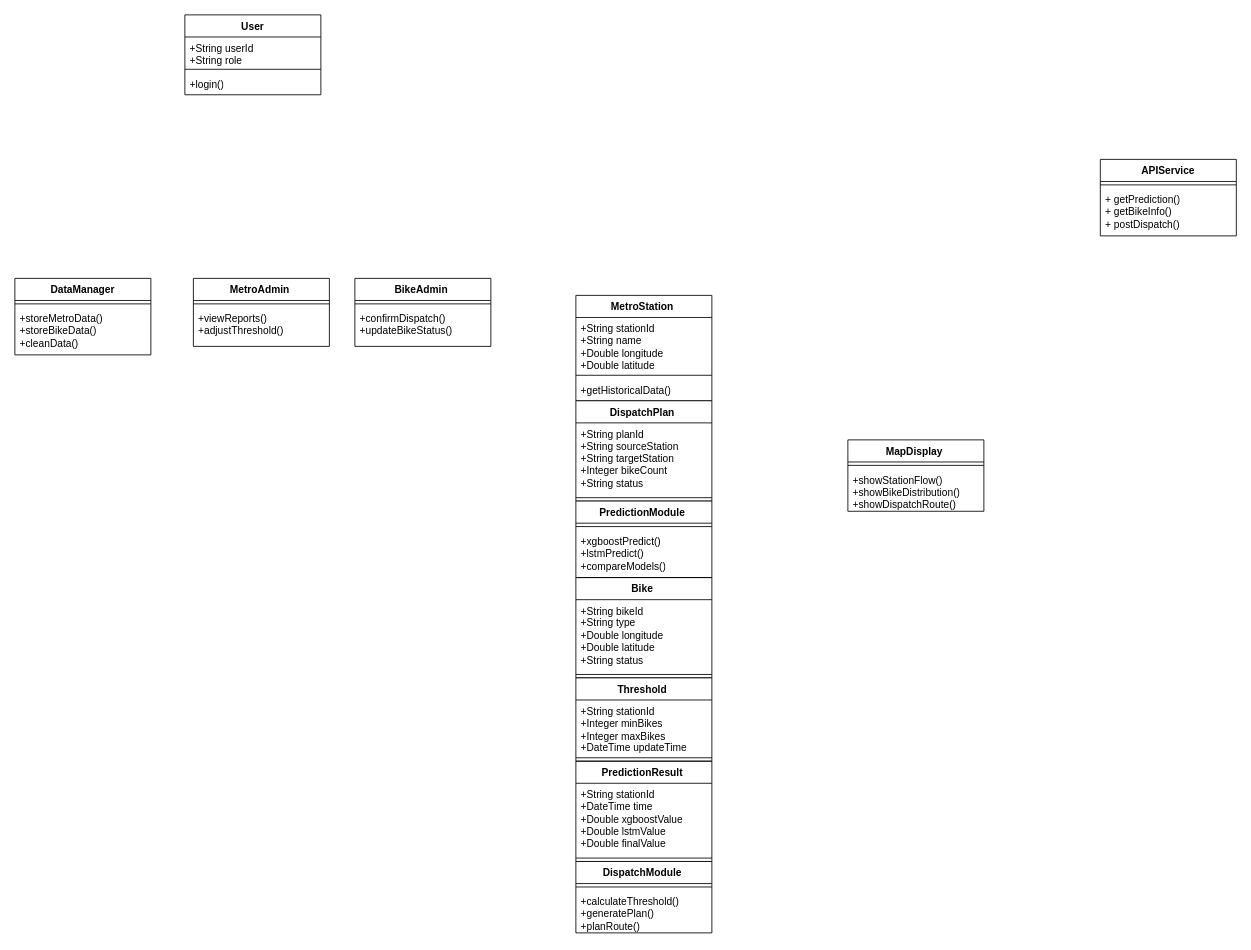
The draw.io diagram pic/01.drawio in YDUTSEVOLDN/Subway, before the edit. Source tidied: cells renumbered, new cells numbered last; positions are measured from the earlier drawing's top-left corner, leaving out a move shared by most shapes. Both pictures are drawn from the tidied source at 85%, with x=0, y=0 at pixel (14, 14).
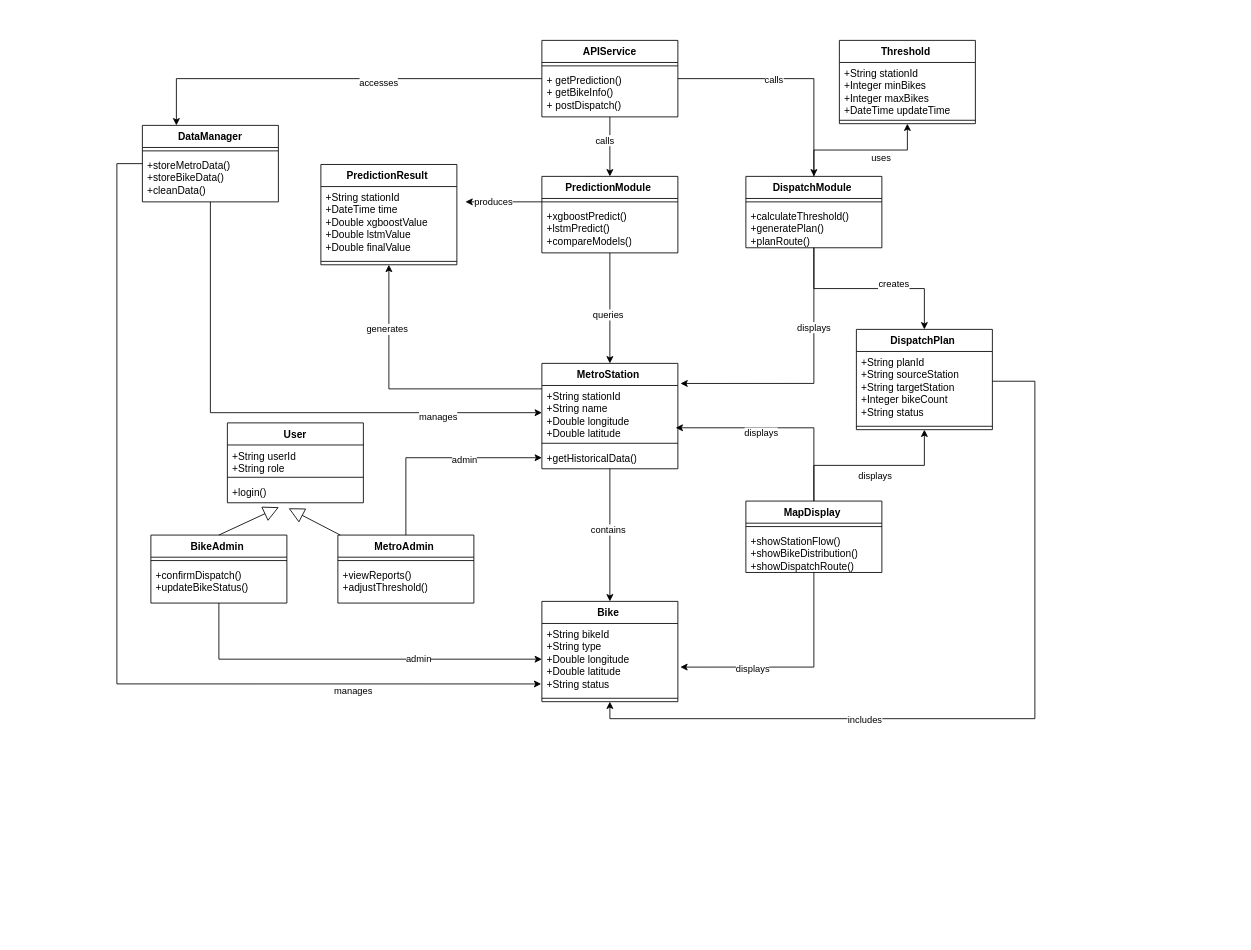
The same page after the edit.

The change refers to these unchanged cells:
```xml
<mxCell id="9" value="&lt;div&gt;+String bikeId&lt;/div&gt;&lt;div&gt;+String type&lt;/div&gt;&lt;div&gt;+Double longitude&lt;/div&gt;&lt;div&gt;+Double latitude&lt;/div&gt;&lt;div&gt;+String status&lt;/div&gt;" style="text;strokeColor=none;fillColor=none;align=left;verticalAlign=top;spacingLeft=4;spacingRight=4;overflow=hidden;points=[[0,0.5],[1,0.5]];portConstraint=eastwest;whiteSpace=wrap;html=1;" parent="8" vertex="1">
  <mxGeometry y="26" width="160" height="84" as="geometry" />
</mxCell>
<mxCell id="12" value="&lt;div&gt;+String stationId&lt;/div&gt;&lt;div&gt;+String name&lt;/div&gt;&lt;div&gt;+Double longitude&lt;/div&gt;&lt;div&gt;+Double latitude&lt;/div&gt;" style="text;strokeColor=none;fillColor=none;align=left;verticalAlign=top;spacingLeft=4;spacingRight=4;overflow=hidden;points=[[0,0.5],[1,0.5]];portConstraint=eastwest;whiteSpace=wrap;html=1;" parent="11" vertex="1">
  <mxGeometry y="26" width="160" height="64" as="geometry" />
</mxCell>
<mxCell id="14" value="+getHistoricalData()" style="text;strokeColor=none;fillColor=none;align=left;verticalAlign=top;spacingLeft=4;spacingRight=4;overflow=hidden;points=[[0,0.5],[1,0.5]];portConstraint=eastwest;whiteSpace=wrap;html=1;" parent="11" vertex="1">
  <mxGeometry y="98" width="160" height="26" as="geometry" />
</mxCell>
<mxCell id="16" value="&lt;div&gt;+String stationId&lt;/div&gt;&lt;div&gt;+DateTime time&lt;/div&gt;&lt;div&gt;+Double xgboostValue&lt;/div&gt;&lt;div&gt;+Double lstmValue&lt;/div&gt;&lt;div&gt;+Double finalValue&lt;/div&gt;" style="text;strokeColor=none;fillColor=none;align=left;verticalAlign=top;spacingLeft=4;spacingRight=4;overflow=hidden;points=[[0,0.5],[1,0.5]];portConstraint=eastwest;whiteSpace=wrap;html=1;" parent="15" vertex="1">
  <mxGeometry y="26" width="160" height="84" as="geometry" />
</mxCell>
<mxCell id="19" value="&lt;div&gt;+String planId&lt;/div&gt;&lt;div&gt;+String sourceStation&lt;/div&gt;&lt;div&gt;+String targetStation&lt;/div&gt;&lt;div&gt;+Integer bikeCount&lt;/div&gt;&lt;div&gt;+String status&lt;/div&gt;" style="text;strokeColor=none;fillColor=none;align=left;verticalAlign=top;spacingLeft=4;spacingRight=4;overflow=hidden;points=[[0,0.5],[1,0.5]];portConstraint=eastwest;whiteSpace=wrap;html=1;" parent="18" vertex="1">
  <mxGeometry y="26" width="160" height="84" as="geometry" />
</mxCell>
<mxCell id="25" style="line;strokeWidth=1;fillColor=none;align=left;verticalAlign=middle;spacingTop=-1;spacingLeft=3;spacingRight=3;labelPosition=right;points=[];portConstraint=eastwest;strokeColor=inherit;" parent="24" vertex="1">
  <mxGeometry y="26" width="160" height="8" as="geometry" />
</mxCell>
<mxCell id="36" value="+login()" style="text;strokeColor=none;fillColor=none;align=left;verticalAlign=top;spacingLeft=4;spacingRight=4;overflow=hidden;points=[[0,0.5],[1,0.5]];portConstraint=eastwest;whiteSpace=wrap;html=1;" parent="33" vertex="1">
  <mxGeometry y="68" width="160" height="26" as="geometry" />
</mxCell>
```

Change to the diagram source:
```diff
@@
+    <mxCell id="43" style="edgeStyle=orthogonalEdgeStyle;rounded=0;jettySize=auto;html=1;entryX=0.25;entryY=0;entryDx=0;entryDy=0;" parent="1" edge="1" source="2" target="5">
+      <mxGeometry relative="1" as="geometry" />
+    </mxCell>
+    <mxCell id="44" value="accesses" style="edgeLabel;html=1;align=center;verticalAlign=middle;" parent="43" vertex="1">
+      <mxGeometry x="-0.2" y="4" relative="1" as="geometry">
+        <mxPoint x="1" as="offset" />
+      </mxGeometry>
+    </mxCell>
+    <mxCell id="45" style="edgeStyle=orthogonalEdgeStyle;rounded=0;jettySize=auto;html=1;entryX=0.5;entryY=0;entryDx=0;entryDy=0;" parent="1" edge="1" source="2" target="27">
+      <mxGeometry relative="1" as="geometry" />
+    </mxCell>
+    <mxCell id="46" value="calls" style="edgeLabel;html=1;align=center;verticalAlign=middle;" parent="45" vertex="1">
+      <mxGeometry x="-0.18" y="-1" relative="1" as="geometry">
+        <mxPoint x="-1" as="offset" />
+      </mxGeometry>
+    </mxCell>
+    <mxCell id="47" style="edgeStyle=orthogonalEdgeStyle;rounded=0;jettySize=auto;html=1;entryX=0.5;entryY=0;entryDx=0;entryDy=0;" parent="1" edge="1" source="2" target="24">
+      <mxGeometry relative="1" as="geometry" />
+    </mxCell>
+    <mxCell id="48" value="calls" style="edgeLabel;html=1;align=center;verticalAlign=middle;" parent="47" vertex="1">
+      <mxGeometry x="-0.23" y="-7" relative="1" as="geometry" />
+    </mxCell>
     <mxCell id="2" value="APIService" style="swimlane;fontStyle=1;align=center;verticalAlign=top;horizontal=1;startSize=26;whiteSpace=wrap;html=1;" parent="1" vertex="1">
-      <mxGeometry x="1277" y="170" width="160" height="90" as="geometry" />
+      <mxGeometry x="620" y="30" width="160" height="90" as="geometry" />
     </mxCell>
@@
+    <mxCell id="49" style="edgeStyle=orthogonalEdgeStyle;rounded=0;jettySize=auto;html=1;entryX=0;entryY=0.5;entryDx=0;entryDy=0;" parent="1" edge="1" source="5" target="12">
+      <mxGeometry relative="1" as="geometry" />
+    </mxCell>
+    <mxCell id="50" value="manages" style="edgeLabel;html=1;align=center;verticalAlign=middle;" parent="49" vertex="1">
+      <mxGeometry x="0.61" y="-4" relative="1" as="geometry">
+        <mxPoint x="1" as="offset" />
+      </mxGeometry>
+    </mxCell>
     <mxCell id="5" value="DataManager" style="swimlane;fontStyle=1;align=center;verticalAlign=top;horizontal=1;startSize=26;whiteSpace=wrap;html=1;" parent="1" vertex="1">
-      <mxGeometry y="310" width="160" height="90" as="geometry" />
+      <mxGeometry x="150" y="130" width="160" height="90" as="geometry" />
     </mxCell>
@@
     <mxCell id="8" value="Bike&amp;nbsp;" style="swimlane;fontStyle=1;align=center;verticalAlign=top;horizontal=1;startSize=26;whiteSpace=wrap;html=1;" parent="1" vertex="1">
-      <mxGeometry x="660" y="662" width="160" height="118" as="geometry" />
+      <mxGeometry x="620" y="690" width="160" height="118" as="geometry" />
     </mxCell>
@@
+    <mxCell id="51" style="edgeStyle=orthogonalEdgeStyle;rounded=0;jettySize=auto;html=1;" parent="1" edge="1" source="11" target="8">
+      <mxGeometry relative="1" as="geometry" />
+    </mxCell>
+    <mxCell id="52" value="contains" style="edgeLabel;html=1;align=center;verticalAlign=middle;" parent="51" vertex="1">
+      <mxGeometry x="-0.09" y="-3" relative="1" as="geometry" />
+    </mxCell>
+    <mxCell id="53" style="edgeStyle=orthogonalEdgeStyle;rounded=0;jettySize=auto;html=1;entryX=0.5;entryY=1;entryDx=0;entryDy=0;" parent="1" edge="1" source="11" target="15">
+      <mxGeometry relative="1" as="geometry">
+        <Array as="points">
+          <mxPoint x="440" y="440" />
+        </Array>
+      </mxGeometry>
+    </mxCell>
+    <mxCell id="54" value="generates" style="edgeLabel;html=1;align=center;verticalAlign=middle;" parent="53" vertex="1">
+      <mxGeometry x="0.54" y="3" relative="1" as="geometry" />
+    </mxCell>
     <mxCell id="11" value="MetroStation&amp;nbsp;" style="swimlane;fontStyle=1;align=center;verticalAlign=top;horizontal=1;startSize=26;whiteSpace=wrap;html=1;" parent="1" vertex="1">
-      <mxGeometry x="660" y="330" width="160" height="124" as="geometry" />
+      <mxGeometry x="620" y="410" width="160" height="124" as="geometry" />
     </mxCell>
@@
     <mxCell id="15" value="PredictionResult&amp;nbsp;" style="swimlane;fontStyle=1;align=center;verticalAlign=top;horizontal=1;startSize=26;whiteSpace=wrap;html=1;" parent="1" vertex="1">
-      <mxGeometry x="660" y="878" width="160" height="118" as="geometry" />
+      <mxGeometry x="360" y="176" width="160" height="118" as="geometry" />
     </mxCell>
@@
     <mxCell id="18" value="DispatchPlan&amp;nbsp;" style="swimlane;fontStyle=1;align=center;verticalAlign=top;horizontal=1;startSize=26;whiteSpace=wrap;html=1;" parent="1" vertex="1">
-      <mxGeometry x="660" y="454" width="160" height="118" as="geometry" />
+      <mxGeometry x="990" y="370" width="160" height="118" as="geometry" />
     </mxCell>
@@
     <mxCell id="21" value="Threshold&amp;nbsp;" style="swimlane;fontStyle=1;align=center;verticalAlign=top;horizontal=1;startSize=26;whiteSpace=wrap;html=1;" parent="1" vertex="1">
-      <mxGeometry x="660" y="780" width="160" height="98" as="geometry" />
+      <mxGeometry x="970" y="30" width="160" height="98" as="geometry" />
     </mxCell>
@@
+    <mxCell id="55" style="edgeStyle=orthogonalEdgeStyle;rounded=0;jettySize=auto;html=1;entryX=0.5;entryY=0;entryDx=0;entryDy=0;" parent="1" edge="1" source="24" target="11">
+      <mxGeometry relative="1" as="geometry" />
+    </mxCell>
+    <mxCell id="56" value="queries" style="edgeLabel;html=1;align=center;verticalAlign=middle;" parent="55" vertex="1">
+      <mxGeometry x="0.1" y="-3" relative="1" as="geometry" />
+    </mxCell>
     <mxCell id="24" value="PredictionModule&amp;nbsp;" style="swimlane;fontStyle=1;align=center;verticalAlign=top;horizontal=1;startSize=26;whiteSpace=wrap;html=1;" parent="1" vertex="1">
-      <mxGeometry x="660" y="572" width="160" height="90" as="geometry" />
+      <mxGeometry x="620" y="190" width="160" height="90" as="geometry" />
     </mxCell>
@@
+    <mxCell id="57" style="edgeStyle=orthogonalEdgeStyle;rounded=0;jettySize=auto;html=1;entryX=0.5;entryY=0;entryDx=0;entryDy=0;" parent="1" edge="1" source="27" target="18">
+      <mxGeometry relative="1" as="geometry" />
+    </mxCell>
+    <mxCell id="58" value="creates" style="edgeLabel;html=1;align=center;verticalAlign=middle;" parent="57" vertex="1">
+      <mxGeometry x="0.24" y="6" relative="1" as="geometry">
+        <mxPoint x="1" as="offset" />
+      </mxGeometry>
+    </mxCell>
+    <mxCell id="59" style="edgeStyle=orthogonalEdgeStyle;rounded=0;jettySize=auto;html=1;entryX=0.5;entryY=1;entryDx=0;entryDy=0;" parent="1" edge="1" source="27" target="21">
+      <mxGeometry relative="1" as="geometry" />
+    </mxCell>
+    <mxCell id="60" value="uses" style="edgeLabel;html=1;align=center;verticalAlign=middle;" parent="59" vertex="1">
+      <mxGeometry x="0.28" y="-8" relative="1" as="geometry">
+        <mxPoint x="-1" as="offset" />
+      </mxGeometry>
+    </mxCell>
     <mxCell id="27" value="DispatchModule&amp;nbsp;" style="swimlane;fontStyle=1;align=center;verticalAlign=top;horizontal=1;startSize=26;whiteSpace=wrap;html=1;" parent="1" vertex="1">
-      <mxGeometry x="660" y="996" width="160" height="84" as="geometry" />
+      <mxGeometry x="860" y="190" width="160" height="84" as="geometry" />
     </mxCell>
@@
+    <mxCell id="61" style="edgeStyle=orthogonalEdgeStyle;rounded=0;jettySize=auto;html=1;entryX=0.5;entryY=1;entryDx=0;entryDy=0;" parent="1" edge="1" source="30" target="18">
+      <mxGeometry relative="1" as="geometry" />
+    </mxCell>
+    <mxCell id="62" value="displays" style="edgeLabel;html=1;align=center;verticalAlign=middle;" parent="61" vertex="1">
+      <mxGeometry x="0.07" y="-11" relative="1" as="geometry">
+        <mxPoint x="-1" as="offset" />
+      </mxGeometry>
+    </mxCell>
     <mxCell id="30" value="MapDisplay&amp;nbsp;" style="swimlane;fontStyle=1;align=center;verticalAlign=top;horizontal=1;startSize=26;whiteSpace=wrap;html=1;" parent="1" vertex="1">
-      <mxGeometry x="980" y="500" width="160" height="84" as="geometry" />
+      <mxGeometry x="860" y="572" width="160" height="84" as="geometry" />
     </mxCell>
@@
     <mxCell id="33" value="User" style="swimlane;fontStyle=1;align=center;verticalAlign=top;horizontal=1;startSize=26;whiteSpace=wrap;html=1;" parent="1" vertex="1">
-      <mxGeometry x="200" width="160" height="94" as="geometry" />
+      <mxGeometry x="250" y="480" width="160" height="94" as="geometry" />
     </mxCell>
@@
     <mxCell id="37" value="MetroAdmin&amp;nbsp;" style="swimlane;fontStyle=1;align=center;verticalAlign=top;horizontal=1;startSize=26;whiteSpace=wrap;html=1;" parent="1" vertex="1">
-      <mxGeometry x="210" y="310" width="160" height="80" as="geometry" />
+      <mxGeometry x="380" y="612" width="160" height="80" as="geometry" />
     </mxCell>
@@
+    <mxCell id="63" style="edgeStyle=orthogonalEdgeStyle;rounded=0;jettySize=auto;html=1;entryX=0;entryY=0.5;entryDx=0;entryDy=0;" parent="1" edge="1" source="40" target="9">
+      <mxGeometry relative="1" as="geometry" />
+    </mxCell>
+    <mxCell id="64" value="admin" style="edgeLabel;html=1;align=center;verticalAlign=middle;" parent="63" vertex="1">
+      <mxGeometry x="0.34" y="1" relative="1" as="geometry">
+        <mxPoint x="1" as="offset" />
+      </mxGeometry>
+    </mxCell>
     <mxCell id="40" value="BikeAdmin&amp;nbsp;" style="swimlane;fontStyle=1;align=center;verticalAlign=top;horizontal=1;startSize=26;whiteSpace=wrap;html=1;" parent="1" vertex="1">
-      <mxGeometry x="400" y="310" width="160" height="80" as="geometry" />
+      <mxGeometry x="160" y="612" width="160" height="80" as="geometry" />
     </mxCell>
@@
+    <mxCell id="65" style="edgeStyle=orthogonalEdgeStyle;rounded=0;jettySize=auto;html=1;entryX=1.019;entryY=-0.037;entryDx=0;entryDy=0;entryPerimeter=0;" parent="1" edge="1" source="27" target="12">
+      <mxGeometry relative="1" as="geometry" />
+    </mxCell>
+    <mxCell id="66" value="displays" style="edgeLabel;html=1;align=center;verticalAlign=middle;" parent="65" vertex="1">
+      <mxGeometry x="-0.41" y="-1" relative="1" as="geometry" />
+    </mxCell>
+    <mxCell id="67" style="edgeStyle=orthogonalEdgeStyle;rounded=0;jettySize=auto;html=1;entryX=0.984;entryY=0.778;entryDx=0;entryDy=0;entryPerimeter=0;" parent="1" edge="1" source="30" target="12">
+      <mxGeometry relative="1" as="geometry" />
+    </mxCell>
+    <mxCell id="68" value="displays" style="edgeLabel;html=1;align=center;verticalAlign=middle;" parent="67" vertex="1">
+      <mxGeometry x="0.2" y="6" relative="1" as="geometry" />
+    </mxCell>
+    <mxCell id="69" style="edgeStyle=orthogonalEdgeStyle;rounded=0;jettySize=auto;html=1;entryX=1.018;entryY=0.611;entryDx=0;entryDy=0;entryPerimeter=0;" parent="1" edge="1" source="30" target="9">
+      <mxGeometry relative="1" as="geometry" />
+    </mxCell>
+    <mxCell id="70" value="displays" style="edgeLabel;html=1;align=center;verticalAlign=middle;" parent="69" vertex="1">
+      <mxGeometry x="0.37" y="2" relative="1" as="geometry" />
+    </mxCell>
+    <mxCell id="71" style="edgeStyle=orthogonalEdgeStyle;rounded=0;jettySize=auto;html=1;entryX=0.5;entryY=1;entryDx=0;entryDy=0;" parent="1" edge="1" source="19" target="8">
+      <mxGeometry relative="1" as="geometry">
+        <Array as="points">
+          <mxPoint x="1200" y="431" />
+          <mxPoint x="1200" y="828" />
+          <mxPoint x="700" y="828" />
+        </Array>
+      </mxGeometry>
+    </mxCell>
+    <mxCell id="72" value="includes" style="edgeLabel;html=1;align=center;verticalAlign=middle;" parent="71" vertex="1">
+      <mxGeometry x="0.34" y="1" relative="1" as="geometry" />
+    </mxCell>
+    <mxCell id="73" style="edgeStyle=orthogonalEdgeStyle;rounded=0;jettySize=auto;html=1;entryX=1.063;entryY=0.214;entryDx=0;entryDy=0;entryPerimeter=0;" parent="1" edge="1" source="25" target="16">
+      <mxGeometry relative="1" as="geometry" />
+    </mxCell>
+    <mxCell id="74" value="produces" style="edgeLabel;html=1;align=center;verticalAlign=middle;" parent="73" vertex="1">
+      <mxGeometry x="0.32" relative="1" as="geometry">
+        <mxPoint x="1" as="offset" />
+      </mxGeometry>
+    </mxCell>
+    <mxCell id="75" style="edgeStyle=orthogonalEdgeStyle;rounded=0;jettySize=auto;html=1;entryX=0;entryY=0.5;entryDx=0;entryDy=0;" parent="1" edge="1" source="37" target="14">
+      <mxGeometry relative="1" as="geometry" />
+    </mxCell>
+    <mxCell id="76" value="admin" style="edgeLabel;html=1;align=center;verticalAlign=middle;" parent="75" vertex="1">
+      <mxGeometry x="0.27" y="-2" relative="1" as="geometry" />
+    </mxCell>
+    <mxCell id="77" style="edgeStyle=orthogonalEdgeStyle;rounded=0;jettySize=auto;html=1;entryX=-0.005;entryY=0.847;entryDx=0;entryDy=0;entryPerimeter=0;" parent="1" edge="1" source="5" target="9">
+      <mxGeometry relative="1" as="geometry">
+        <Array as="points">
+          <mxPoint x="120" y="175" />
+          <mxPoint x="120" y="787" />
+        </Array>
+      </mxGeometry>
+    </mxCell>
+    <mxCell id="78" value="manages" style="edgeLabel;html=1;align=center;verticalAlign=middle;" parent="77" vertex="1">
+      <mxGeometry x="0.61" y="-7" relative="1" as="geometry">
+        <mxPoint x="1" as="offset" />
+      </mxGeometry>
+    </mxCell>
+    <mxCell id="79" style="endArrow=block;endSize=16;endFill=0;html=1;rounded=0;exitX=0.5;exitY=0;exitDx=0;exitDy=0;entryX=0.379;entryY=1.201;entryDx=0;entryDy=0;entryPerimeter=0;" parent="1" edge="1" source="40" target="36">
+      <mxGeometry relative="1" as="geometry" />
+    </mxCell>
+    <mxCell id="80" style="endArrow=block;endSize=16;endFill=0;html=1;rounded=0;entryX=0.45;entryY=1.25;entryDx=0;entryDy=0;entryPerimeter=0;" parent="1" edge="1" source="37" target="36">
+      <mxGeometry relative="1" as="geometry" />
+    </mxCell>
```
